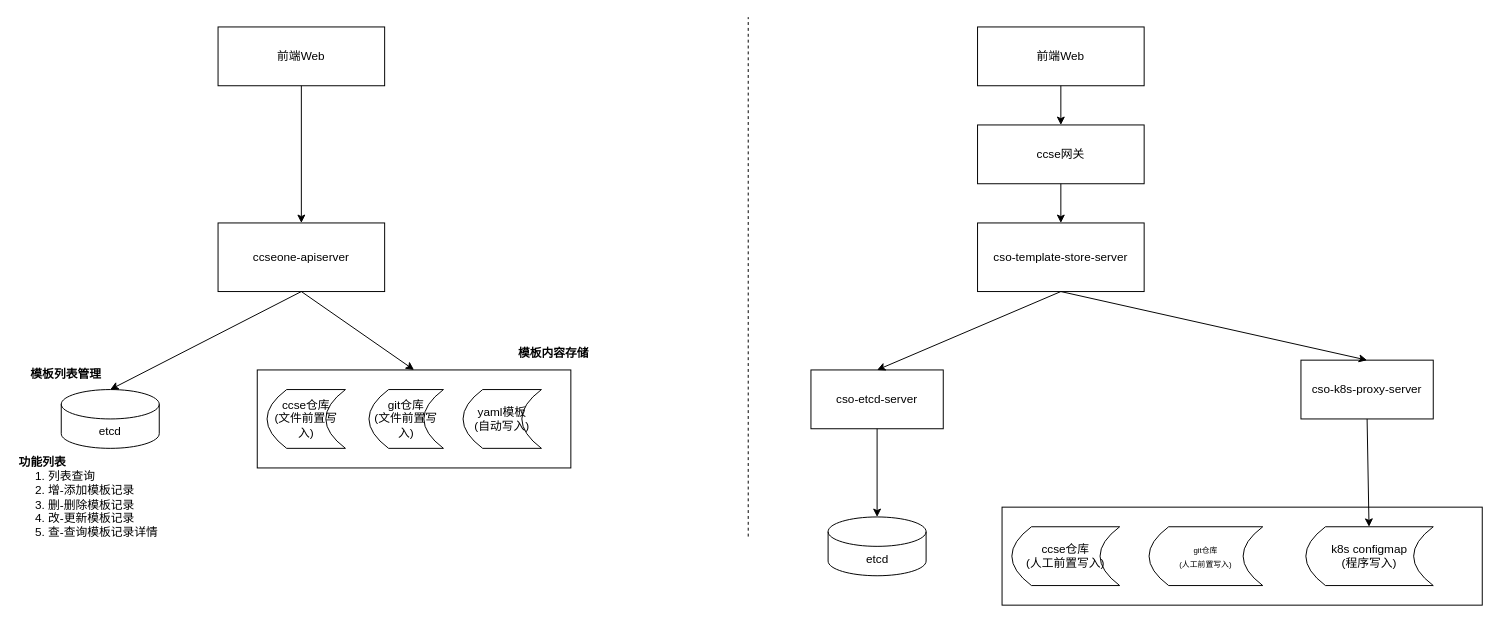
Above: drawio/ccse-模板仓库01.drawio in Tiny-VS-Lina/ccse (draw.io), before the change. Source tidied: cells renumbered, new cells numbered last; positions are measured from the earlier drawing's top-left corner, leaving out a move shared by most shapes. Both pictures are drawn from the tidied source at 98%, with x=0, y=0 at pixel (17, 17).
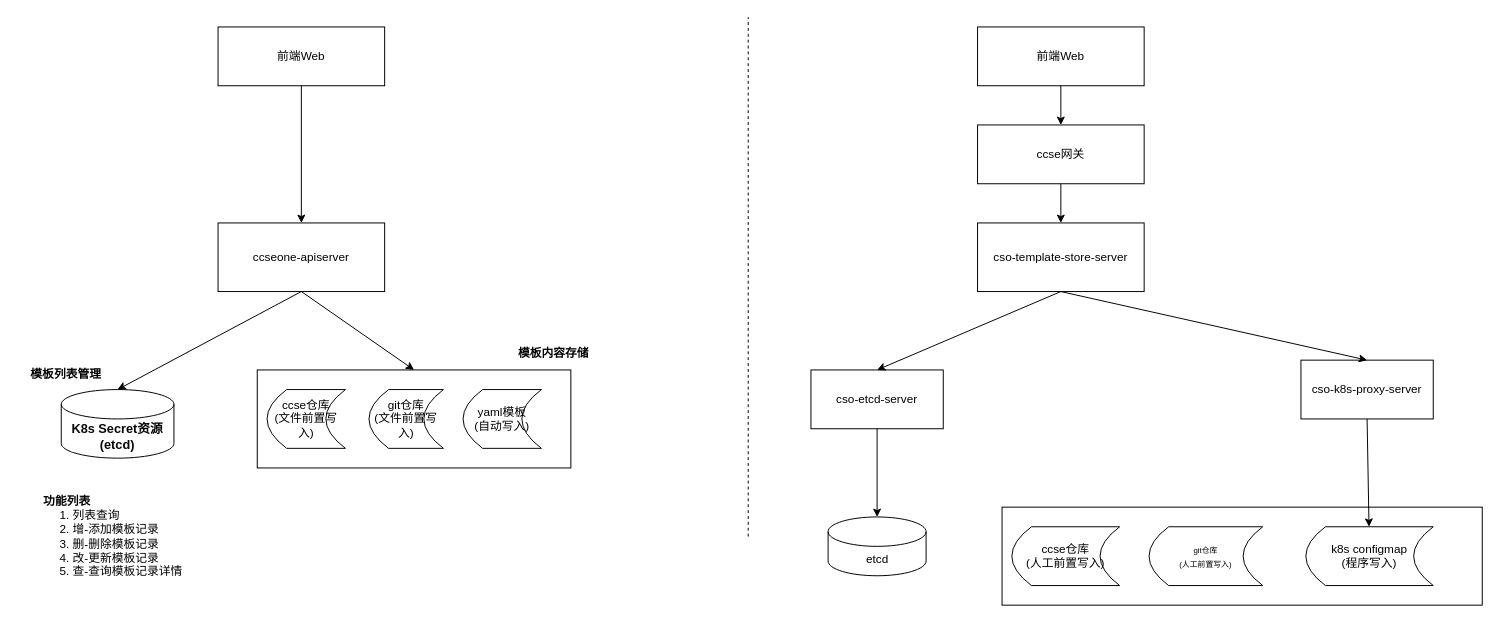
The same diagram, later.

Commit message:
更新ccse-模板仓库01.drawio

The edit, as a diff of the source:
```diff
@@
-    <mxCell id="5" value="etcd" style="shape=cylinder3;whiteSpace=wrap;html=1;boundedLbl=1;backgroundOutline=1;size=15;" parent="1" vertex="1">
-      <mxGeometry x="45" y="380" width="100" height="60" as="geometry" />
+    <mxCell id="5" value="&lt;p style=&quot;background-color: rgb(255, 255, 255); color: rgb(8, 8, 8);&quot;&gt;&lt;font size=&quot;1&quot; style=&quot;&quot; face=&quot;Helvetica&quot;&gt;&lt;b style=&quot;font-size: 13px;&quot;&gt;K8s Secret资源&lt;br&gt;&lt;/b&gt;&lt;/font&gt;&lt;b style=&quot;font-family: Helvetica; white-space: normal; font-size: 13px;&quot;&gt;(etcd)&lt;/b&gt;&lt;/p&gt;" style="shape=cylinder3;whiteSpace=wrap;html=1;boundedLbl=1;backgroundOutline=1;size=15;" parent="1" vertex="1">
+      <mxGeometry x="45" y="380" width="115" height="70" as="geometry" />
     </mxCell>
@@
     <mxCell id="29" value="&lt;b&gt;功能列表&lt;/b&gt;&lt;br&gt;&amp;nbsp; &amp;nbsp; &amp;nbsp;1. 列表查询&lt;br&gt;&amp;nbsp; &amp;nbsp; &amp;nbsp;2.&amp;nbsp;增-添加模板记录&lt;br&gt;&amp;nbsp; &amp;nbsp; &amp;nbsp;3.&amp;nbsp;删-删除模板记录&lt;br&gt;&amp;nbsp; &amp;nbsp; &amp;nbsp;4.&amp;nbsp;改-更新模板记录&lt;br&gt;&amp;nbsp; &amp;nbsp; &amp;nbsp;5.&amp;nbsp;查-查询模板记录详情" style="text;html=1;strokeColor=none;fillColor=none;align=left;verticalAlign=middle;whiteSpace=wrap;rounded=0;" parent="1" vertex="1">
-      <mxGeometry y="440" width="180" height="100" as="geometry" />
+      <mxGeometry x="25" y="480" width="180" height="100" as="geometry" />
     </mxCell>
```
